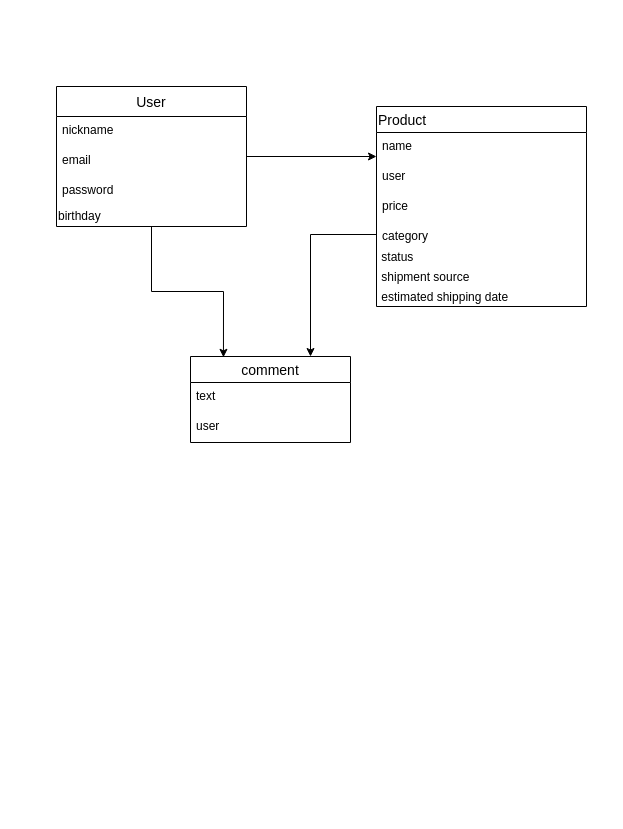
Before: lib/db_design.dio in KmgF/furima-30301, a draw.io diagram. Source tidied: cells renumbered, new cells numbered last; positions are measured from the earlier drawing's top-left corner, leaving out a move shared by most shapes. Both pictures are drawn from the tidied source at 100%, with x=0, y=0 at pixel (56, 86).
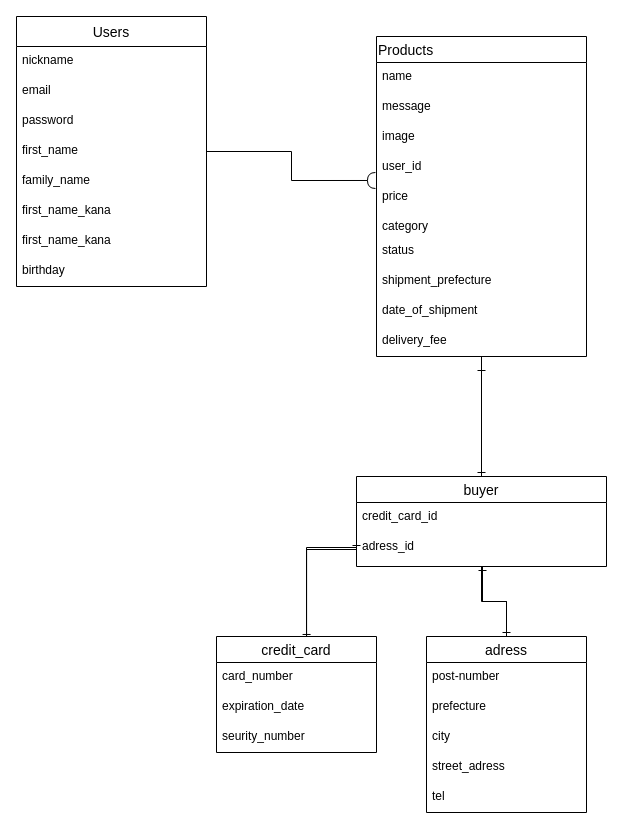
Above is the later version.

Change to the diagram source:
```diff
@@
-    <mxCell id="2" value="comment" style="swimlane;fontStyle=0;horizontal=1;startSize=26;align=center;fontSize=14;" parent="1" vertex="1">
-      <mxGeometry x="134" y="270" width="160" height="86" as="geometry" />
-    </mxCell>
-    <mxCell id="3" value="text" style="text;strokeColor=none;fillColor=none;spacingLeft=4;spacingRight=4;overflow=hidden;fontSize=12;" parent="2" vertex="1">
-      <mxGeometry y="26" width="160" height="30" as="geometry" />
-    </mxCell>
-    <mxCell id="4" value="user" style="text;strokeColor=none;fillColor=none;spacingLeft=4;spacingRight=4;overflow=hidden;fontSize=12;" parent="2" vertex="1">
-      <mxGeometry y="56" width="160" height="30" as="geometry" />
-    </mxCell>
-    <mxCell id="5" style="edgeStyle=orthogonalEdgeStyle;rounded=0;jettySize=auto;html=1;entryX=0;entryY=0.8;entryDx=0;entryDy=0;entryPerimeter=0;" parent="1" edge="1" source="6" target="13">
+    <mxCell id="5" style="edgeStyle=orthogonalEdgeStyle;rounded=0;jettySize=auto;html=1;entryX=-0.005;entryY=0.933;entryDx=0;entryDy=0;entryPerimeter=0;endArrow=halfCircle;endFill=0;" parent="1" edge="1" source="6" target="14">
       <mxGeometry relative="1" as="geometry" />
     </mxCell>
+    <mxCell id="12" value="Products" style="swimlane;fontStyle=0;horizontal=1;startSize=26;align=left;fontSize=14;" parent="1" vertex="1">
+      <mxGeometry x="320" y="-50" width="210" height="320" as="geometry" />
+    </mxCell>
+    <mxCell id="13" value="name" style="text;strokeColor=none;fillColor=none;spacingLeft=4;spacingRight=4;overflow=hidden;points=[[0,0.5],[1,0.5]];portConstraint=eastwest;fontSize=12;" parent="12" vertex="1">
+      <mxGeometry y="26" width="210" height="30" as="geometry" />
+    </mxCell>
+    <mxCell id="21" value="message" style="text;strokeColor=none;fillColor=none;spacingLeft=4;spacingRight=4;overflow=hidden;fontSize=12;" parent="12" vertex="1">
+      <mxGeometry y="56" width="210" height="30" as="geometry" />
+    </mxCell>
+    <mxCell id="22" value="image" style="text;strokeColor=none;fillColor=none;spacingLeft=4;spacingRight=4;overflow=hidden;fontSize=12;" parent="12" vertex="1">
+      <mxGeometry y="86" width="210" height="30" as="geometry" />
+    </mxCell>
+    <mxCell id="14" value="user_id" style="text;strokeColor=none;fillColor=none;spacingLeft=4;spacingRight=4;overflow=hidden;points=[[0,0.5],[1,0.5]];portConstraint=eastwest;fontSize=12;" parent="12" vertex="1">
+      <mxGeometry y="116" width="210" height="30" as="geometry" />
+    </mxCell>
+    <mxCell id="15" value="price" style="text;strokeColor=none;fillColor=none;spacingLeft=4;spacingRight=4;overflow=hidden;fontSize=12;" parent="12" vertex="1">
+      <mxGeometry y="146" width="210" height="30" as="geometry" />
+    </mxCell>
+    <mxCell id="16" value="category" style="text;strokeColor=none;fillColor=none;spacingLeft=4;spacingRight=4;overflow=hidden;points=[[0,0.5],[1,0.5]];portConstraint=eastwest;fontSize=12;shadow=1;" parent="12" vertex="1">
+      <mxGeometry y="176" width="210" height="24" as="geometry" />
+    </mxCell>
+    <mxCell id="17" value="status" style="text;strokeColor=none;fillColor=none;spacingLeft=4;spacingRight=4;overflow=hidden;fontSize=12;" parent="12" vertex="1">
+      <mxGeometry y="200" width="210" height="30" as="geometry" />
+    </mxCell>
+    <mxCell id="23" value="shipment_prefecture" style="text;strokeColor=none;fillColor=none;spacingLeft=4;spacingRight=4;overflow=hidden;fontSize=12;" parent="12" vertex="1">
+      <mxGeometry y="230" width="210" height="30" as="geometry" />
+    </mxCell>
+    <mxCell id="24" value="date_of_shipment" style="text;strokeColor=none;fillColor=none;spacingLeft=4;spacingRight=4;overflow=hidden;fontSize=12;" parent="12" vertex="1">
+      <mxGeometry y="260" width="210" height="30" as="geometry" />
+    </mxCell>
+    <mxCell id="25" value="delivery_fee" style="text;strokeColor=none;fillColor=none;spacingLeft=4;spacingRight=4;overflow=hidden;fontSize=12;" parent="12" vertex="1">
+      <mxGeometry y="290" width="210" height="30" as="geometry" />
+    </mxCell>
-    <mxCell id="6" value="User" style="swimlane;fontStyle=0;horizontal=1;startSize=30;align=center;fontSize=14;" parent="1" vertex="1">
-      <mxGeometry width="190" height="140" as="geometry" />
+    <mxCell id="6" value="Users" style="swimlane;fontStyle=0;horizontal=1;startSize=30;align=center;fontSize=14;" parent="1" vertex="1">
+      <mxGeometry x="-40" y="-70" width="190" height="270" as="geometry" />
     </mxCell>
@@
+    <mxCell id="26" value="first_name" style="text;strokeColor=none;fillColor=none;spacingLeft=4;spacingRight=4;overflow=hidden;fontSize=12;" parent="6" vertex="1">
+      <mxGeometry y="120" width="190" height="30" as="geometry" />
+    </mxCell>
+    <mxCell id="27" value="family_name" style="text;strokeColor=none;fillColor=none;spacingLeft=4;spacingRight=4;overflow=hidden;fontSize=12;" parent="6" vertex="1">
+      <mxGeometry y="150" width="190" height="30" as="geometry" />
+    </mxCell>
+    <mxCell id="28" value="first_name_kana" style="text;strokeColor=none;fillColor=none;spacingLeft=4;spacingRight=4;overflow=hidden;fontSize=12;" parent="6" vertex="1">
+      <mxGeometry y="180" width="190" height="30" as="geometry" />
+    </mxCell>
+    <mxCell id="29" value="first_name_kana" style="text;strokeColor=none;fillColor=none;spacingLeft=4;spacingRight=4;overflow=hidden;fontSize=12;" parent="6" vertex="1">
+      <mxGeometry y="210" width="190" height="30" as="geometry" />
+    </mxCell>
-    <mxCell id="10" value="birthday" style="text;html=1;align=left;verticalAlign=middle;points=[];fillColor=none;strokeColor=none;rounded=0;" parent="6" vertex="1">
-      <mxGeometry y="120" width="190" height="20" as="geometry" />
+    <mxCell id="10" value="birthday" style="text;strokeColor=none;fillColor=none;spacingLeft=4;spacingRight=4;overflow=hidden;points=[[0,0.5],[1,0.5]];portConstraint=eastwest;fontSize=12;" parent="6" vertex="1">
+      <mxGeometry y="240" width="190" height="30" as="geometry" />
     </mxCell>
-    <mxCell id="11" style="edgeStyle=orthogonalEdgeStyle;rounded=0;jettySize=auto;html=1;entryX=0.75;entryY=0;entryDx=0;entryDy=0;exitX=0;exitY=0.5;exitDx=0;exitDy=0;" parent="1" edge="1" source="16" target="2">
-      <mxGeometry relative="1" as="geometry" />
-    </mxCell>
-    <mxCell id="12" value="Product" style="swimlane;fontStyle=0;horizontal=1;startSize=26;align=left;fontSize=14;" parent="1" vertex="1">
-      <mxGeometry x="320" y="20" width="210" height="200" as="geometry" />
-    </mxCell>
-    <mxCell id="13" value="name" style="text;strokeColor=none;fillColor=none;spacingLeft=4;spacingRight=4;overflow=hidden;points=[[0,0.5],[1,0.5]];portConstraint=eastwest;fontSize=12;" parent="12" vertex="1">
-      <mxGeometry y="26" width="210" height="30" as="geometry" />
-    </mxCell>
-    <mxCell id="14" value="user" style="text;strokeColor=none;fillColor=none;spacingLeft=4;spacingRight=4;overflow=hidden;points=[[0,0.5],[1,0.5]];portConstraint=eastwest;fontSize=12;" parent="12" vertex="1">
-      <mxGeometry y="56" width="210" height="30" as="geometry" />
-    </mxCell>
-    <mxCell id="15" value="price" style="text;strokeColor=none;fillColor=none;spacingLeft=4;spacingRight=4;overflow=hidden;fontSize=12;" parent="12" vertex="1">
-      <mxGeometry y="86" width="210" height="30" as="geometry" />
-    </mxCell>
-    <mxCell id="16" value="category" style="text;strokeColor=none;fillColor=none;spacingLeft=4;spacingRight=4;overflow=hidden;points=[[0,0.5],[1,0.5]];portConstraint=eastwest;fontSize=12;shadow=1;" parent="12" vertex="1">
-      <mxGeometry y="116" width="210" height="24" as="geometry" />
-    </mxCell>
-    <mxCell id="17" value=" status" style="text;align=left;verticalAlign=middle;fillColor=none;strokeColor=none;rounded=0;fontSize=12;" parent="12" vertex="1">
-      <mxGeometry y="140" width="210" height="20" as="geometry" />
-    </mxCell>
-    <mxCell id="18" value=" shipment source" style="text;align=left;verticalAlign=middle;fillColor=none;strokeColor=none;rounded=0;shadow=1;fontSize=12;" parent="12" vertex="1">
-      <mxGeometry y="160" width="210" height="20" as="geometry" />
-    </mxCell>
-    <mxCell id="19" value=" estimated shipping date" style="text;align=left;verticalAlign=middle;fillColor=none;strokeColor=none;rounded=0;shadow=1;fontSize=12;" parent="12" vertex="1">
-      <mxGeometry y="180" width="210" height="20" as="geometry" />
-    </mxCell>
-    <mxCell id="20" style="edgeStyle=orthogonalEdgeStyle;rounded=0;jettySize=auto;html=1;entryX=0.206;entryY=0.009;entryDx=0;entryDy=0;entryPerimeter=0;" parent="1" edge="1" source="10" target="2">
-      <mxGeometry relative="1" as="geometry" />
-    </mxCell>
+    <mxCell id="30" style="edgeStyle=orthogonalEdgeStyle;rounded=0;jettySize=auto;html=1;endArrow=ERone;endFill=0;" parent="1" edge="1" source="33">
+      <mxGeometry relative="1" as="geometry">
+        <mxPoint x="425" y="280" as="targetPoint" />
+      </mxGeometry>
+    </mxCell>
+    <mxCell id="31" style="edgeStyle=orthogonalEdgeStyle;rounded=0;jettySize=auto;html=1;endArrow=ERone;endFill=0;exitX=0;exitY=0.5;exitDx=0;exitDy=0;entryX=0.563;entryY=0.017;entryDx=0;entryDy=0;entryPerimeter=0;" parent="1" edge="1" source="35" target="37">
+      <mxGeometry relative="1" as="geometry" />
+    </mxCell>
+    <mxCell id="32" style="edgeStyle=orthogonalEdgeStyle;rounded=0;jettySize=auto;html=1;entryX=0.5;entryY=0;entryDx=0;entryDy=0;endArrow=ERone;endFill=0;" parent="1" edge="1" source="33" target="42">
+      <mxGeometry relative="1" as="geometry" />
+    </mxCell>
+    <mxCell id="33" value="buyer" style="swimlane;fontStyle=0;horizontal=1;startSize=26;align=center;fontSize=14;" parent="1" vertex="1">
+      <mxGeometry x="300" y="390" width="250" height="90" as="geometry" />
+    </mxCell>
+    <mxCell id="34" value="credit_card_id" style="text;strokeColor=none;fillColor=none;spacingLeft=4;spacingRight=4;overflow=hidden;fontSize=12;" parent="33" vertex="1">
+      <mxGeometry y="26" width="250" height="30" as="geometry" />
+    </mxCell>
+    <mxCell id="35" value="adress_id" style="text;strokeColor=none;fillColor=none;spacingLeft=4;spacingRight=4;overflow=hidden;points=[[0,0.5],[1,0.5]];portConstraint=eastwest;fontSize=12;" parent="33" vertex="1">
+      <mxGeometry y="56" width="250" height="34" as="geometry" />
+    </mxCell>
+    <mxCell id="36" style="edgeStyle=orthogonalEdgeStyle;rounded=0;jettySize=auto;html=1;entryX=0;entryY=0.5;entryDx=0;entryDy=0;endArrow=ERone;endFill=0;" parent="1" edge="1" source="37" target="35">
+      <mxGeometry relative="1" as="geometry">
+        <Array as="points">
+          <mxPoint x="250" y="461" />
+        </Array>
+      </mxGeometry>
+    </mxCell>
+    <mxCell id="37" value="credit_card" style="swimlane;fontStyle=0;horizontal=1;startSize=26;align=center;fontSize=14;" parent="1" vertex="1">
+      <mxGeometry x="160" y="550" width="160" height="116" as="geometry" />
+    </mxCell>
+    <mxCell id="38" value="card_number" style="text;strokeColor=none;fillColor=none;spacingLeft=4;spacingRight=4;overflow=hidden;fontSize=12;" parent="37" vertex="1">
+      <mxGeometry y="26" width="160" height="30" as="geometry" />
+    </mxCell>
+    <mxCell id="39" value="expiration_date" style="text;strokeColor=none;fillColor=none;spacingLeft=4;spacingRight=4;overflow=hidden;fontSize=12;" parent="37" vertex="1">
+      <mxGeometry y="56" width="160" height="30" as="geometry" />
+    </mxCell>
+    <mxCell id="40" value="seurity_number" style="text;strokeColor=none;fillColor=none;spacingLeft=4;spacingRight=4;overflow=hidden;fontSize=12;" parent="37" vertex="1">
+      <mxGeometry y="86" width="160" height="30" as="geometry" />
+    </mxCell>
+    <mxCell id="41" style="edgeStyle=orthogonalEdgeStyle;rounded=0;jettySize=auto;html=1;entryX=0.504;entryY=1;entryDx=0;entryDy=0;entryPerimeter=0;endArrow=ERone;endFill=0;" parent="1" edge="1" source="42" target="35">
+      <mxGeometry relative="1" as="geometry" />
+    </mxCell>
+    <mxCell id="42" value="adress" style="swimlane;fontStyle=0;horizontal=1;startSize=26;align=center;fontSize=14;" parent="1" vertex="1">
+      <mxGeometry x="370" y="550" width="160" height="176" as="geometry" />
+    </mxCell>
+    <mxCell id="43" value="post-number" style="text;strokeColor=none;fillColor=none;spacingLeft=4;spacingRight=4;overflow=hidden;fontSize=12;" parent="42" vertex="1">
+      <mxGeometry y="26" width="160" height="30" as="geometry" />
+    </mxCell>
+    <mxCell id="44" value="prefecture" style="text;strokeColor=none;fillColor=none;spacingLeft=4;spacingRight=4;overflow=hidden;fontSize=12;" parent="42" vertex="1">
+      <mxGeometry y="56" width="160" height="30" as="geometry" />
+    </mxCell>
+    <mxCell id="45" value="city" style="text;strokeColor=none;fillColor=none;spacingLeft=4;spacingRight=4;overflow=hidden;fontSize=12;" parent="42" vertex="1">
+      <mxGeometry y="86" width="160" height="30" as="geometry" />
+    </mxCell>
+    <mxCell id="46" value="street_adress" style="text;strokeColor=none;fillColor=none;spacingLeft=4;spacingRight=4;overflow=hidden;fontSize=12;" parent="42" vertex="1">
+      <mxGeometry y="116" width="160" height="30" as="geometry" />
+    </mxCell>
+    <mxCell id="47" value="tel" style="text;strokeColor=none;fillColor=none;spacingLeft=4;spacingRight=4;overflow=hidden;fontSize=12;" parent="42" vertex="1">
+      <mxGeometry y="146" width="160" height="30" as="geometry" />
+    </mxCell>
+    <mxCell id="48" style="edgeStyle=orthogonalEdgeStyle;rounded=0;jettySize=auto;html=1;endArrow=ERone;endFill=0;entryX=0.5;entryY=0;entryDx=0;entryDy=0;" parent="1" edge="1" source="12" target="33">
+      <mxGeometry relative="1" as="geometry" />
+    </mxCell>
```
